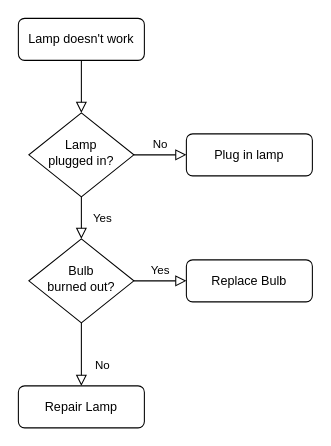
Earlier version of the draw.io diagram 未命名绘图.drawio (ElsaWang1014/Diagramm). Source tidied: cells renumbered, new cells numbered last; positions are measured from the earlier drawing's top-left corner, leaving out a move shared by most shapes. Both pictures are drawn from the tidied source at 105%, with x=0, y=0 at pixel (18, 18).
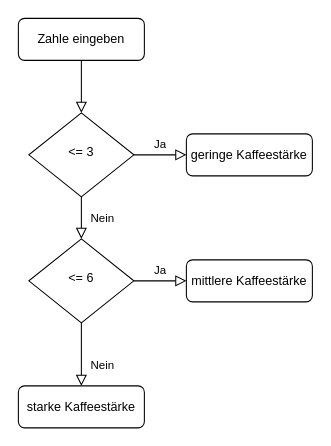
The same diagram, later.

Change to the diagram source:
```diff
@@
 <mxGraphModel>
   <root>
     <mxCell id="0" />
     <mxCell id="1" parent="0" />
     <mxCell id="2" style="rounded=0;html=1;jettySize=auto;fontSize=11;endArrow=block;endFill=0;endSize=8;strokeWidth=1;shadow=0;labelBackgroundColor=none;edgeStyle=orthogonalEdgeStyle;" parent="1" edge="1" source="3" target="6">
       <mxGeometry relative="1" as="geometry" />
     </mxCell>
-    <mxCell id="3" value="Lamp doesn't work" style="rounded=1;whiteSpace=wrap;html=1;fontSize=12;glass=0;strokeWidth=1;shadow=0;" parent="1" vertex="1">
+    <mxCell id="3" value="Zahle eingeben" style="rounded=1;whiteSpace=wrap;html=1;fontSize=12;glass=0;strokeWidth=1;shadow=0;" parent="1" vertex="1">
       <mxGeometry width="120" height="40" as="geometry" />
     </mxCell>
-    <mxCell id="4" value="Yes" style="rounded=0;html=1;jettySize=auto;fontSize=11;endArrow=block;endFill=0;endSize=8;strokeWidth=1;shadow=0;labelBackgroundColor=none;edgeStyle=orthogonalEdgeStyle;" parent="1" edge="1" source="6" target="10">
+    <mxCell id="4" value="Nein" style="rounded=0;html=1;jettySize=auto;fontSize=11;endArrow=block;endFill=0;endSize=8;strokeWidth=1;shadow=0;labelBackgroundColor=none;edgeStyle=orthogonalEdgeStyle;" parent="1" edge="1" source="6" target="10">
       <mxGeometry y="20" relative="1" as="geometry" />
     </mxCell>
-    <mxCell id="5" value="No" style="edgeStyle=orthogonalEdgeStyle;rounded=0;html=1;jettySize=auto;fontSize=11;endArrow=block;endFill=0;endSize=8;strokeWidth=1;shadow=0;labelBackgroundColor=none;" parent="1" edge="1" source="6" target="7">
+    <mxCell id="5" value="Ja" style="edgeStyle=orthogonalEdgeStyle;rounded=0;html=1;jettySize=auto;fontSize=11;endArrow=block;endFill=0;endSize=8;strokeWidth=1;shadow=0;labelBackgroundColor=none;" parent="1" edge="1" source="6" target="7">
       <mxGeometry y="10" relative="1" as="geometry" />
     </mxCell>
-    <mxCell id="6" value="Lamp&lt;br&gt;plugged in?" style="rhombus;whiteSpace=wrap;html=1;shadow=0;fontFamily=Helvetica;fontSize=12;align=center;strokeWidth=1;spacing=6;spacingTop=-4;" parent="1" vertex="1">
+    <mxCell id="6" value="&amp;lt;= 3" style="rhombus;whiteSpace=wrap;html=1;shadow=0;fontFamily=Helvetica;fontSize=12;align=center;strokeWidth=1;spacing=6;spacingTop=-4;" parent="1" vertex="1">
       <mxGeometry x="10" y="90" width="100" height="80" as="geometry" />
     </mxCell>
-    <mxCell id="7" value="Plug in lamp" style="rounded=1;whiteSpace=wrap;html=1;fontSize=12;glass=0;strokeWidth=1;shadow=0;" parent="1" vertex="1">
+    <mxCell id="7" value="geringe Kaffeestärke" style="rounded=1;whiteSpace=wrap;html=1;fontSize=12;glass=0;strokeWidth=1;shadow=0;" parent="1" vertex="1">
       <mxGeometry x="160" y="110" width="120" height="40" as="geometry" />
     </mxCell>
-    <mxCell id="8" value="No" style="rounded=0;html=1;jettySize=auto;fontSize=11;endArrow=block;endFill=0;endSize=8;strokeWidth=1;shadow=0;labelBackgroundColor=none;edgeStyle=orthogonalEdgeStyle;" parent="1" edge="1" source="10" target="11">
+    <mxCell id="8" value="Nein" style="rounded=0;html=1;jettySize=auto;fontSize=11;endArrow=block;endFill=0;endSize=8;strokeWidth=1;shadow=0;labelBackgroundColor=none;edgeStyle=orthogonalEdgeStyle;" parent="1" edge="1" source="10" target="11">
       <mxGeometry x="0.33" y="20" relative="1" as="geometry" />
     </mxCell>
-    <mxCell id="9" value="Yes" style="edgeStyle=orthogonalEdgeStyle;rounded=0;html=1;jettySize=auto;fontSize=11;endArrow=block;endFill=0;endSize=8;strokeWidth=1;shadow=0;labelBackgroundColor=none;" parent="1" edge="1" source="10" target="12">
+    <mxCell id="9" value="Ja" style="edgeStyle=orthogonalEdgeStyle;rounded=0;html=1;jettySize=auto;fontSize=11;endArrow=block;endFill=0;endSize=8;strokeWidth=1;shadow=0;labelBackgroundColor=none;" parent="1" edge="1" source="10" target="12">
       <mxGeometry y="10" relative="1" as="geometry" />
     </mxCell>
-    <mxCell id="10" value="Bulb&lt;br&gt;burned out?" style="rhombus;whiteSpace=wrap;html=1;shadow=0;fontFamily=Helvetica;fontSize=12;align=center;strokeWidth=1;spacing=6;spacingTop=-4;" parent="1" vertex="1">
+    <mxCell id="10" value="&amp;lt;= 6" style="rhombus;whiteSpace=wrap;html=1;shadow=0;fontFamily=Helvetica;fontSize=12;align=center;strokeWidth=1;spacing=6;spacingTop=-4;" parent="1" vertex="1">
       <mxGeometry x="10" y="210" width="100" height="80" as="geometry" />
     </mxCell>
-    <mxCell id="11" value="Repair Lamp" style="rounded=1;whiteSpace=wrap;html=1;fontSize=12;glass=0;strokeWidth=1;shadow=0;" parent="1" vertex="1">
+    <mxCell id="11" value="starke Kaffeestärke" style="rounded=1;whiteSpace=wrap;html=1;fontSize=12;glass=0;strokeWidth=1;shadow=0;" parent="1" vertex="1">
       <mxGeometry y="350" width="120" height="40" as="geometry" />
     </mxCell>
-    <mxCell id="12" value="Replace Bulb" style="rounded=1;whiteSpace=wrap;html=1;fontSize=12;glass=0;strokeWidth=1;shadow=0;" parent="1" vertex="1">
+    <mxCell id="12" value="mittlere Kaffeestärke" style="rounded=1;whiteSpace=wrap;html=1;fontSize=12;glass=0;strokeWidth=1;shadow=0;" parent="1" vertex="1">
       <mxGeometry x="160" y="230" width="120" height="40" as="geometry" />
     </mxCell>
   </root>
 </mxGraphModel>
```
